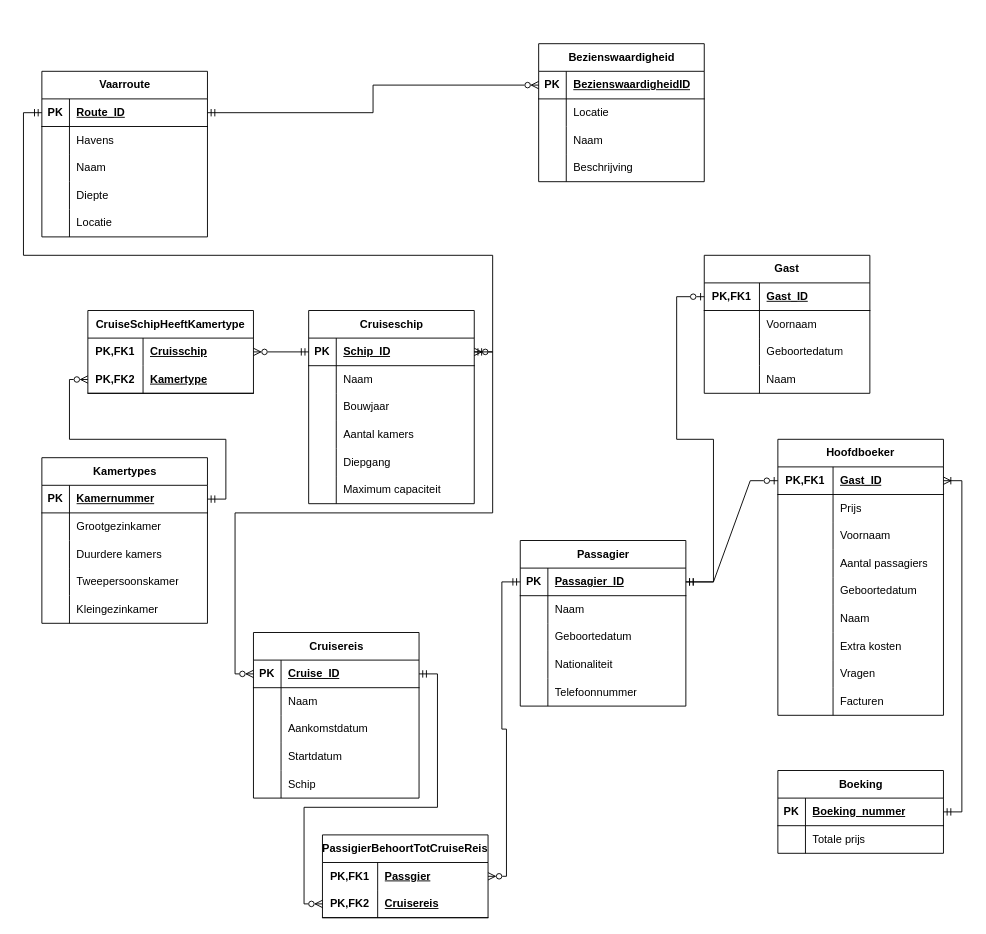
Above: logisch datamodel.drawio in IgnaceVanbrabant/prodject-database (draw.io), before the change. Source tidied: cells renumbered, new cells numbered last; positions are measured from the earlier drawing's top-left corner, leaving out a move shared by most shapes. Both pictures are drawn from the tidied source at 92%, with x=0, y=0 at pixel (23, 43).
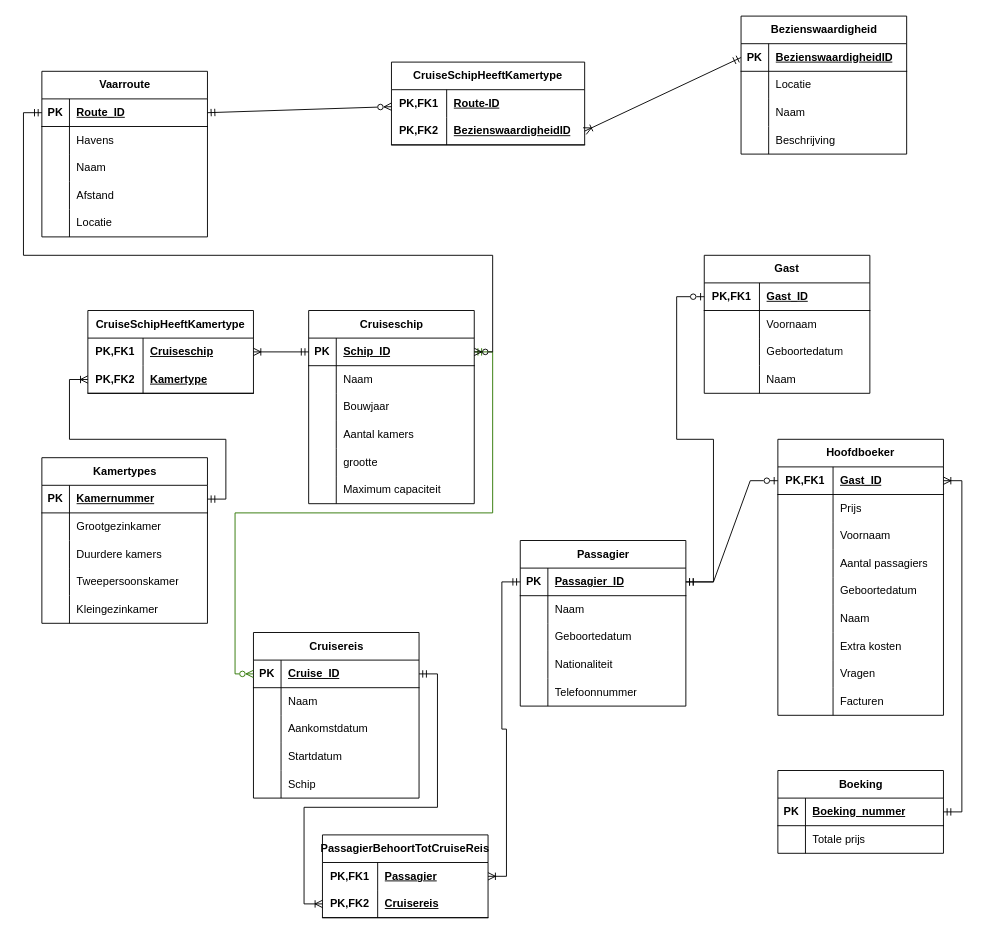
After the change.

Commit message (it also covers changes not shown here):
aanpassing modellen (i love fortnite)

The change refers to these unchanged cells:
```xml
<mxCell id="3" style="shape=tableRow;horizontal=0;startSize=0;swimlaneHead=0;swimlaneBody=0;fillColor=none;points=[[0,0.5],[1,0.5]];portConstraint=eastwest;top=0;left=0;right=0;bottom=1;" parent="2" vertex="1">
  <mxGeometry y="30" width="180" height="30" as="geometry" />
</mxCell>
<mxCell id="12" style="shape=tableRow;horizontal=0;startSize=0;swimlaneHead=0;swimlaneBody=0;fillColor=none;top=0;left=0;right=0;bottom=0;" parent="2" vertex="1">
  <mxGeometry y="120" width="180" height="30" as="geometry" />
</mxCell>
<mxCell id="19" style="shape=tableRow;horizontal=0;startSize=0;swimlaneHead=0;swimlaneBody=0;fillColor=none;points=[[0,0.5],[1,0.5]];portConstraint=eastwest;top=0;left=0;right=0;bottom=1;" parent="18" vertex="1">
  <mxGeometry y="30" width="180" height="30" as="geometry" />
</mxCell>
<mxCell id="32" style="shape=tableRow;horizontal=0;startSize=0;swimlaneHead=0;swimlaneBody=0;fillColor=none;points=[[0,0.5],[1,0.5]];portConstraint=eastwest;top=0;left=0;right=0;bottom=1;" parent="31" vertex="1">
  <mxGeometry y="30" width="180" height="30" as="geometry" />
</mxCell>
<mxCell id="48" style="shape=tableRow;horizontal=0;startSize=0;swimlaneHead=0;swimlaneBody=0;fillColor=none;points=[[0,0.5],[1,0.5]];portConstraint=eastwest;top=0;left=0;right=0;bottom=1;" parent="47" vertex="1">
  <mxGeometry y="30" width="180" height="30" as="geometry" />
</mxCell>
<mxCell id="60" style="shape=tableRow;horizontal=0;startSize=0;swimlaneHead=0;swimlaneBody=0;fillColor=none;top=0;left=0;right=0;bottom=0;" parent="47" vertex="1">
  <mxGeometry y="150" width="180" height="30" as="geometry" />
</mxCell>
<mxCell id="67" style="shape=tableRow;horizontal=0;startSize=0;swimlaneHead=0;swimlaneBody=0;fillColor=none;points=[[0,0.5],[1,0.5]];portConstraint=eastwest;top=0;left=0;right=0;bottom=1;" parent="66" vertex="1">
  <mxGeometry y="30" width="180" height="30" as="geometry" />
</mxCell>
<mxCell id="83" style="shape=tableRow;horizontal=0;startSize=0;swimlaneHead=0;swimlaneBody=0;fillColor=none;points=[[0,0.5],[1,0.5]];portConstraint=eastwest;top=0;left=0;right=0;bottom=1;" parent="82" vertex="1">
  <mxGeometry y="30" width="180" height="30" as="geometry" />
</mxCell>
<mxCell id="150" style="shape=tableRow;horizontal=0;startSize=0;swimlaneHead=0;swimlaneBody=0;fillColor=none;points=[[0,0.5],[1,0.5]];portConstraint=eastwest;top=0;left=0;right=0;bottom=0;html=1;" parent="149" vertex="1">
  <mxGeometry y="30" width="180" height="30" as="geometry" />
</mxCell>
<mxCell id="153" style="shape=tableRow;horizontal=0;startSize=0;swimlaneHead=0;swimlaneBody=0;fillColor=none;points=[[0,0.5],[1,0.5]];portConstraint=eastwest;top=0;left=0;right=0;bottom=1;html=1;" parent="149" vertex="1">
  <mxGeometry y="60" width="180" height="30" as="geometry" />
</mxCell>
<mxCell id="159" style="shape=tableRow;horizontal=0;startSize=0;swimlaneHead=0;swimlaneBody=0;fillColor=none;points=[[0,0.5],[1,0.5]];portConstraint=eastwest;top=0;left=0;right=0;bottom=0;html=1;" parent="158" vertex="1">
  <mxGeometry y="30" width="180" height="30" as="geometry" />
</mxCell>
<mxCell id="162" style="shape=tableRow;horizontal=0;startSize=0;swimlaneHead=0;swimlaneBody=0;fillColor=none;points=[[0,0.5],[1,0.5]];portConstraint=eastwest;top=0;left=0;right=0;bottom=1;html=1;" parent="158" vertex="1">
  <mxGeometry y="60" width="180" height="30" as="geometry" />
</mxCell>
```

What changed in the source:
```diff
@@
-    <mxCell id="14" value="Diepte" style="shape=partialRectangle;fillColor=none;top=0;left=0;bottom=0;right=0;align=left;spacingLeft=6;overflow=hidden;whiteSpace=wrap;html=1;" parent="12" vertex="1">
+    <mxCell id="14" value="Afstand" style="shape=partialRectangle;fillColor=none;top=0;left=0;bottom=0;right=0;align=left;spacingLeft=6;overflow=hidden;whiteSpace=wrap;html=1;" parent="12" vertex="1">
       <mxGeometry x="30" width="150" height="30" as="geometry" />
     </mxCell>
@@
     <mxCell id="18" value="Bezienswaardigheid" style="shape=table;startSize=30;childLayout=tableLayout;rowLines=0;fontStyle=1;align=center;html=1;" parent="1" vertex="1">
-      <mxGeometry x="560" width="180" height="150" as="geometry" />
+      <mxGeometry x="780" y="-30" width="180" height="150" as="geometry" />
     </mxCell>
@@
-    <mxCell id="62" value="Diepgang" style="shape=partialRectangle;fillColor=none;top=0;left=0;bottom=0;right=0;align=left;spacingLeft=6;overflow=hidden;whiteSpace=wrap;html=1;" parent="60" vertex="1">
+    <mxCell id="62" value="grootte" style="shape=partialRectangle;fillColor=none;top=0;left=0;bottom=0;right=0;align=left;spacingLeft=6;overflow=hidden;whiteSpace=wrap;html=1;" parent="60" vertex="1">
       <mxGeometry x="30" width="150" height="30" as="geometry" />
     </mxCell>
@@
-    <mxCell id="149" value="PassigierBehoortTotCruiseReis" style="shape=table;startSize=30;childLayout=tableLayout;rowLines=0;fontStyle=1;align=center;html=1;whiteSpace=wrap;" parent="1" vertex="1">
+    <mxCell id="149" value="PassagierBehoortTotCruiseReis" style="shape=table;startSize=30;childLayout=tableLayout;rowLines=0;fontStyle=1;align=center;html=1;whiteSpace=wrap;" parent="1" vertex="1">
       <mxGeometry x="325" y="860" width="180" height="90" as="geometry" />
     </mxCell>
@@
-    <mxCell id="152" value="Passgier" style="shape=partialRectangle;fillColor=none;top=0;left=0;bottom=0;right=0;align=left;spacingLeft=6;fontStyle=5;overflow=hidden;html=1;whiteSpace=wrap;" parent="150" vertex="1">
+    <mxCell id="152" value="Passagier" style="shape=partialRectangle;fillColor=none;top=0;left=0;bottom=0;right=0;align=left;spacingLeft=6;fontStyle=5;overflow=hidden;html=1;whiteSpace=wrap;" parent="150" vertex="1">
       <mxGeometry x="60" width="120" height="30" as="geometry" />
     </mxCell>
@@
-    <mxCell id="156" style="edgeStyle=orthogonalEdgeStyle;rounded=0;jettySize=auto;html=1;entryX=0;entryY=0.5;entryDx=0;entryDy=0;startArrow=ERmandOne;startFill=0;endArrow=ERzeroToMany;endFill=0;" parent="1" edge="1" source="32" target="153">
+    <mxCell id="156" style="edgeStyle=orthogonalEdgeStyle;rounded=0;jettySize=auto;html=1;entryX=0;entryY=0.5;entryDx=0;entryDy=0;startArrow=ERmandOne;startFill=0;endArrow=ERoneToMany;endFill=0;" parent="1" edge="1" source="32" target="153">
       <mxGeometry relative="1" as="geometry">
         <Array as="points">
           <mxPoint x="450" y="685" />
           <mxPoint x="450" y="830" />
           <mxPoint x="305" y="830" />
           <mxPoint x="305" y="935" />
         </Array>
       </mxGeometry>
     </mxCell>
-    <mxCell id="157" style="edgeStyle=orthogonalEdgeStyle;rounded=0;jettySize=auto;html=1;entryX=1;entryY=0.5;entryDx=0;entryDy=0;endArrow=ERzeroToMany;endFill=0;startArrow=ERmandOne;startFill=0;" parent="1" edge="1" source="83" target="150">
+    <mxCell id="157" style="edgeStyle=orthogonalEdgeStyle;rounded=0;jettySize=auto;html=1;entryX=1;entryY=0.5;entryDx=0;entryDy=0;endArrow=ERoneToMany;endFill=0;startArrow=ERmandOne;startFill=0;" parent="1" edge="1" source="83" target="150">
       <mxGeometry relative="1" as="geometry" />
     </mxCell>
@@
-    <mxCell id="161" value="Cruisschip" style="shape=partialRectangle;fillColor=none;top=0;left=0;bottom=0;right=0;align=left;spacingLeft=6;fontStyle=5;overflow=hidden;html=1;whiteSpace=wrap;" parent="159" vertex="1">
+    <mxCell id="161" value="Cruiseschip" style="shape=partialRectangle;fillColor=none;top=0;left=0;bottom=0;right=0;align=left;spacingLeft=6;fontStyle=5;overflow=hidden;html=1;whiteSpace=wrap;" parent="159" vertex="1">
       <mxGeometry x="60" width="120" height="30" as="geometry" />
     </mxCell>
@@
-    <mxCell id="165" style="edgeStyle=orthogonalEdgeStyle;rounded=0;jettySize=auto;html=1;entryX=0;entryY=0.5;entryDx=0;entryDy=0;endArrow=ERmandOne;endFill=0;startArrow=ERzeroToMany;startFill=0;" parent="1" edge="1" source="159" target="48">
+    <mxCell id="165" style="edgeStyle=orthogonalEdgeStyle;rounded=0;jettySize=auto;html=1;entryX=0;entryY=0.5;entryDx=0;entryDy=0;endArrow=ERmandOne;endFill=0;startArrow=ERoneToMany;startFill=0;" parent="1" edge="1" source="159" target="48">
       <mxGeometry relative="1" as="geometry" />
     </mxCell>
-    <mxCell id="166" style="edgeStyle=orthogonalEdgeStyle;rounded=0;jettySize=auto;html=1;entryX=0;entryY=0.5;entryDx=0;entryDy=0;endArrow=ERzeroToMany;endFill=0;startArrow=ERmandOne;startFill=0;" parent="1" edge="1" source="67" target="162">
+    <mxCell id="166" style="edgeStyle=orthogonalEdgeStyle;rounded=0;jettySize=auto;html=1;entryX=0;entryY=0.5;entryDx=0;entryDy=0;endArrow=ERoneToMany;endFill=0;startArrow=ERmandOne;startFill=0;" parent="1" edge="1" source="67" target="162">
       <mxGeometry relative="1" as="geometry" />
     </mxCell>
-    <mxCell id="167" style="edgeStyle=orthogonalEdgeStyle;rounded=0;jettySize=auto;html=1;entryX=0;entryY=0.5;entryDx=0;entryDy=0;exitX=1;exitY=0.5;exitDx=0;exitDy=0;startArrow=ERmandOne;startFill=0;endArrow=ERzeroToMany;endFill=0;" parent="1" edge="1" source="48" target="32">
+    <mxCell id="167" style="edgeStyle=orthogonalEdgeStyle;rounded=0;jettySize=auto;html=1;entryX=0;entryY=0.5;entryDx=0;entryDy=0;exitX=1;exitY=0.5;exitDx=0;exitDy=0;startArrow=ERmandOne;startFill=0;endArrow=ERzeroToMany;endFill=0;fillColor=#60a917;strokeColor=#2D7600;" parent="1" edge="1" source="48" target="32">
       <mxGeometry relative="1" as="geometry" />
     </mxCell>
@@
-    <mxCell id="169" style="edgeStyle=orthogonalEdgeStyle;rounded=0;jettySize=auto;html=1;entryX=0;entryY=0.5;entryDx=0;entryDy=0;startArrow=ERmandOne;startFill=0;endArrow=ERzeroToMany;endFill=0;" parent="1" edge="1" source="3" target="19">
-      <mxGeometry relative="1" as="geometry" />
-    </mxCell>
+    <mxCell id="170" style="edgeStyle=none;html=1;entryX=1;entryY=0.5;entryDx=0;entryDy=0;startArrow=ERzeroToMany;startFill=0;endArrow=ERmandOne;endFill=0;" parent="1" edge="1" source="171" target="3">
+      <mxGeometry relative="1" as="geometry" />
+    </mxCell>
+    <mxCell id="171" value="CruiseSchipHeeftKamertype" style="shape=table;startSize=30;childLayout=tableLayout;rowLines=0;fontStyle=1;align=center;html=1;whiteSpace=wrap;" parent="1" vertex="1">
+      <mxGeometry x="400" y="20" width="210" height="90" as="geometry" />
+    </mxCell>
+    <mxCell id="172" style="shape=tableRow;horizontal=0;startSize=0;swimlaneHead=0;swimlaneBody=0;fillColor=none;top=0;left=0;right=0;bottom=0;html=1;" parent="171" vertex="1">
+      <mxGeometry y="30" width="210" height="30" as="geometry" />
+    </mxCell>
+    <mxCell id="173" value="PK,FK1" style="shape=partialRectangle;fillColor=none;top=0;left=0;bottom=0;right=0;fontStyle=1;overflow=hidden;html=1;whiteSpace=wrap;" parent="172" vertex="1">
+      <mxGeometry width="60" height="30" as="geometry" />
+    </mxCell>
+    <mxCell id="174" value="Route-ID" style="shape=partialRectangle;fillColor=none;top=0;left=0;bottom=0;right=0;align=left;spacingLeft=6;fontStyle=5;overflow=hidden;html=1;whiteSpace=wrap;" parent="172" vertex="1">
+      <mxGeometry x="60" width="150" height="30" as="geometry" />
+    </mxCell>
+    <mxCell id="175" style="shape=tableRow;horizontal=0;startSize=0;swimlaneHead=0;swimlaneBody=0;fillColor=none;points=[[0,0.5],[1,0.5]];portConstraint=eastwest;top=0;left=0;right=0;bottom=1;html=1;" parent="171" vertex="1">
+      <mxGeometry y="60" width="210" height="30" as="geometry" />
+    </mxCell>
+    <mxCell id="176" value="PK,FK2" style="shape=partialRectangle;fillColor=none;top=0;left=0;bottom=0;right=0;fontStyle=1;overflow=hidden;html=1;whiteSpace=wrap;" parent="175" vertex="1">
+      <mxGeometry width="60" height="30" as="geometry" />
+    </mxCell>
+    <mxCell id="177" value="BezienswaardigheidID" style="shape=partialRectangle;fillColor=none;top=0;left=0;bottom=0;right=0;align=left;spacingLeft=6;fontStyle=5;overflow=hidden;html=1;whiteSpace=wrap;" parent="175" vertex="1">
+      <mxGeometry x="60" width="150" height="30" as="geometry" />
+    </mxCell>
+    <mxCell id="178" style="edgeStyle=none;html=1;entryX=0;entryY=0.5;entryDx=0;entryDy=0;startArrow=ERoneToMany;startFill=0;endArrow=ERmandOne;endFill=0;exitX=1;exitY=0.5;exitDx=0;exitDy=0;" parent="1" edge="1" source="175" target="19">
+      <mxGeometry relative="1" as="geometry" />
+    </mxCell>
```
